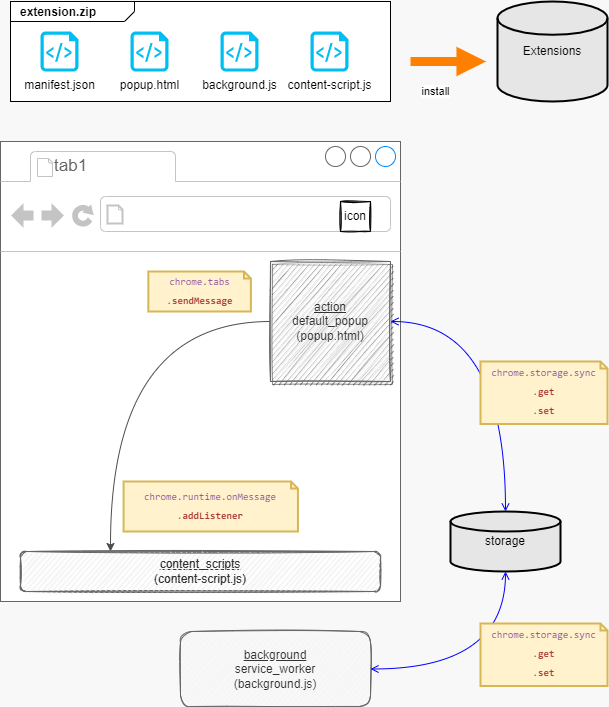
Earlier version of the draw.io export images/Extension-概要.drawio.png (kaku3/chrome-extensions). Source tidied: cells renumbered, new cells last; positions are measured from the earlier drawing's top-left corner, leaving out a move shared by most shapes.
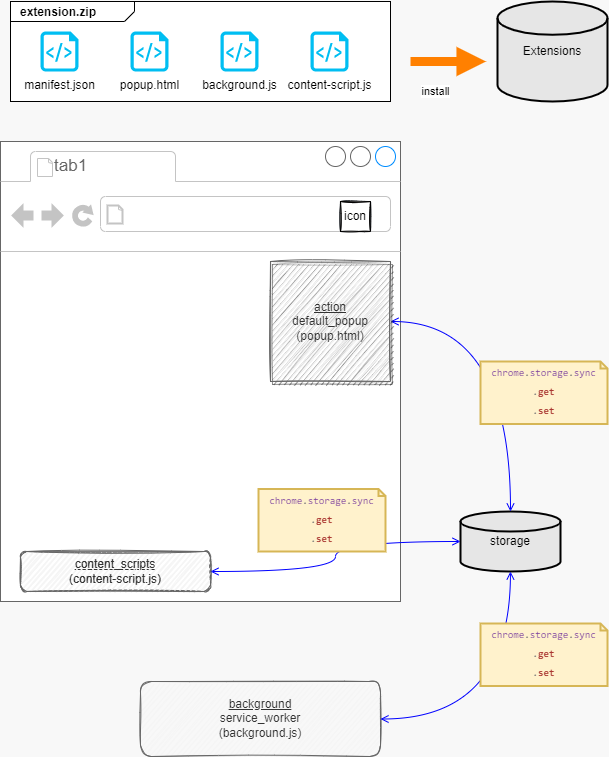
Later version of the same file.

What changed in the source:
```diff
@@ -2,35 +2,20 @@
   <root>
     <mxCell id="0" />
     <mxCell id="1" parent="0" />
-    <mxCell id="2" style="group;fillColor=#E6E6E6;" parent="1" vertex="1">
-      <mxGeometry y="140" width="400" height="460" as="geometry" />
-    </mxCell>
-    <mxCell id="3" style="strokeWidth=1;shadow=0;dashed=0;align=center;html=1;shape=mxgraph.mockup.containers.browserWindow;rSize=0;strokeColor=#666666;strokeColor2=#008cff;strokeColor3=#c4c4c4;mainText=,;" parent="2" vertex="1">
-      <mxGeometry width="400" height="460" as="geometry" />
+    <mxCell id="3" style="strokeWidth=1;shadow=0;dashed=0;align=center;html=1;shape=mxgraph.mockup.containers.browserWindow;rSize=0;strokeColor=#666666;strokeColor2=#008cff;strokeColor3=#c4c4c4;mainText=,;" parent="1" vertex="1">
+      <mxGeometry y="140" width="400" height="460" as="geometry" />
     </mxCell>
-    <mxCell id="4" value="tab1" style="strokeWidth=1;shadow=0;dashed=0;align=center;html=1;shape=mxgraph.mockup.containers.anchor;fontSize=17;fontColor=#666666;align=left;" parent="2" vertex="1">
-      <mxGeometry x="52.2" y="12" width="95.7" height="26" as="geometry" />
-    </mxCell>
-    <mxCell id="5" value="&lt;div style=&quot;color: rgb(51 , 51 , 51) ; font-family: &amp;#34;consolas&amp;#34; , &amp;#34;courier new&amp;#34; , monospace ; line-height: 19px ; font-size: 10px&quot;&gt;&lt;span style=&quot;color: rgb(122 , 62 , 157) ; font-size: 10px&quot;&gt;chrome&lt;/span&gt;&lt;span style=&quot;color: rgb(119 , 119 , 119) ; font-size: 10px&quot;&gt;.&lt;/span&gt;&lt;span style=&quot;color: rgb(122 , 62 , 157) ; font-size: 10px&quot;&gt;runtime&lt;/span&gt;&lt;span style=&quot;color: rgb(119 , 119 , 119) ; font-size: 10px&quot;&gt;.&lt;/span&gt;&lt;span style=&quot;color: rgb(122 , 62 , 157) ; font-size: 10px&quot;&gt;onMessage&lt;/span&gt;&lt;/div&gt;&lt;div style=&quot;color: rgb(51 , 51 , 51) ; font-family: &amp;#34;consolas&amp;#34; , &amp;#34;courier new&amp;#34; , monospace ; line-height: 19px ; font-size: 10px&quot;&gt;&lt;span style=&quot;color: rgb(119 , 119 , 119) ; font-size: 10px&quot;&gt;.&lt;/span&gt;&lt;span style=&quot;color: rgb(170 , 55 , 49) ; font-weight: bold ; font-size: 10px&quot;&gt;addListener&lt;/span&gt;&lt;/div&gt;" style="shape=note;strokeWidth=2;fontSize=10;size=7;whiteSpace=wrap;html=1;fillColor=#fff2cc;strokeColor=#d6b656;rounded=1;shadow=0;glass=0;sketch=0;fillStyle=hachure;" parent="2" vertex="1">
-      <mxGeometry x="123.1" y="340" width="174.4" height="50" as="geometry" />
-    </mxCell>
-    <mxCell id="6" value="&lt;div style=&quot;color: rgb(51 , 51 , 51) ; font-family: &amp;#34;consolas&amp;#34; , &amp;#34;courier new&amp;#34; , monospace ; line-height: 19px&quot;&gt;&lt;div style=&quot;font-family: &amp;#34;consolas&amp;#34; , &amp;#34;courier new&amp;#34; , monospace ; line-height: 19px&quot;&gt;&lt;span style=&quot;color: rgb(122 , 62 , 157)&quot;&gt;chrome&lt;/span&gt;&lt;span style=&quot;color: rgb(119 , 119 , 119)&quot;&gt;.&lt;/span&gt;&lt;span style=&quot;color: rgb(122 , 62 , 157)&quot;&gt;tabs&lt;/span&gt;&lt;/div&gt;&lt;div style=&quot;font-family: &amp;#34;consolas&amp;#34; , &amp;#34;courier new&amp;#34; , monospace ; line-height: 19px&quot;&gt;&lt;span style=&quot;color: rgb(119 , 119 , 119)&quot;&gt;.&lt;/span&gt;&lt;span style=&quot;color: rgb(170 , 55 , 49) ; font-weight: bold&quot;&gt;sendMessage&lt;/span&gt;&lt;/div&gt;&lt;/div&gt;" style="shape=note;strokeWidth=2;fontSize=10;size=7;whiteSpace=wrap;html=1;fillColor=#fff2cc;strokeColor=#d6b656;rounded=1;shadow=0;glass=0;sketch=0;fillStyle=hachure;" parent="2" vertex="1">
-      <mxGeometry x="147.8" y="130" width="102.6" height="40" as="geometry" />
-    </mxCell>
-    <mxCell id="7" style="edgeStyle=orthogonalEdgeStyle;html=1;entryX=0.25;entryY=0;entryDx=0;entryDy=0;curved=1;exitX=0;exitY=0.5;exitDx=0;exitDy=0;strokeColor=#4D4D4D;" parent="1" edge="1" source="15" target="11">
-      <mxGeometry relative="1" as="geometry" />
-    </mxCell>
     <mxCell id="8" value="&lt;u&gt;background&lt;/u&gt;&lt;br&gt;service_worker&lt;br&gt;(background.js)" style="whiteSpace=wrap;html=1;shadow=0;glass=0;sketch=1;rounded=1;fillColor=#f5f5f5;strokeColor=#666666;fillStyle=hachure;fontColor=#333333;" parent="1" vertex="1">
-      <mxGeometry x="180" y="630" width="190" height="75" as="geometry" />
+      <mxGeometry x="140" y="680" width="240" height="75" as="geometry" />
     </mxCell>
     <mxCell id="9" value="storage" style="strokeWidth=2;html=1;shape=mxgraph.flowchart.database;whiteSpace=wrap;rounded=1;shadow=0;glass=0;sketch=0;fillColor=#E6E6E6;" parent="1" vertex="1">
-      <mxGeometry x="450" y="510" width="110" height="60" as="geometry" />
+      <mxGeometry x="460" y="510" width="100" height="60" as="geometry" />
     </mxCell>
     <mxCell id="10" value="icon" style="whiteSpace=wrap;html=1;sketch=1;fillColor=#eeeeee;strokeColor=#36393d;fillStyle=hachure;" parent="1" vertex="1">
       <mxGeometry x="340" y="200" width="30" height="30" as="geometry" />
     </mxCell>
     <mxCell id="11" value="&lt;u&gt;content_scripts&lt;/u&gt;&lt;br&gt;(content-script.js)" style="whiteSpace=wrap;html=1;shadow=0;glass=0;sketch=1;rounded=1;fillColor=#f5f5f5;strokeColor=#666666;fillStyle=hachure;fontColor=#333333;" parent="1" vertex="1">
-      <mxGeometry x="20" y="550" width="360" height="40" as="geometry" />
+      <mxGeometry x="20" y="550" width="190" height="40" as="geometry" />
     </mxCell>
     <mxCell id="12" style="strokeWidth=1;shadow=0;dashed=0;align=center;html=1;shape=mxgraph.mockup.containers.anchor;rSize=0;fontSize=17;fontColor=#666666;align=left;" parent="1" vertex="1">
       <mxGeometry x="70" y="200" width="250" height="26" as="geometry" />
@@ -45,7 +30,7 @@
       <mxGeometry x="270" y="260" width="120" height="120" as="geometry" />
     </mxCell>
     <mxCell id="16" value="content_scripts&lt;br&gt;(content-script.js)" style="whiteSpace=wrap;html=1;shadow=0;glass=0;sketch=1;rounded=1;fillStyle=hachure;fillColor=#f5f5f5;fontColor=#333333;strokeColor=#666666;" parent="1" vertex="1">
-      <mxGeometry x="20" y="550" width="360" height="40" as="geometry" />
+      <mxGeometry x="20" y="550" width="190" height="40" as="geometry" />
     </mxCell>
     <mxCell id="17" style="edgeStyle=orthogonalEdgeStyle;curved=1;html=1;exitX=1;exitY=0.5;exitDx=0;exitDy=0;fontSize=10;startArrow=open;startFill=0;endArrow=open;endFill=0;strokeColor=#0000FF;" parent="1" edge="1" source="8" target="9">
       <mxGeometry relative="1" as="geometry" />
@@ -80,5 +65,14 @@
     <mxCell id="26" value="Extensions" style="strokeWidth=2;html=1;shape=mxgraph.flowchart.database;whiteSpace=wrap;rounded=1;shadow=0;glass=0;sketch=0;fillColor=#E6E6E6;" parent="1" vertex="1">
       <mxGeometry x="497" width="110" height="100" as="geometry" />
     </mxCell>
+    <mxCell id="4" value="tab1" style="strokeWidth=1;shadow=0;dashed=0;align=center;html=1;shape=mxgraph.mockup.containers.anchor;fontSize=17;fontColor=#666666;align=left;" parent="1" vertex="1">
+      <mxGeometry x="52.2" y="152" width="95.7" height="26" as="geometry" />
+    </mxCell>
+    <mxCell id="27" style="edgeStyle=orthogonalEdgeStyle;curved=1;html=1;exitX=1;exitY=0.5;exitDx=0;exitDy=0;fontSize=10;startArrow=open;startFill=0;endArrow=open;endFill=0;strokeColor=#0000FF;entryX=0;entryY=0.5;entryDx=0;entryDy=0;entryPerimeter=0;" parent="1" edge="1" source="16" target="9">
+      <mxGeometry relative="1" as="geometry" />
+    </mxCell>
+    <mxCell id="28" value="&lt;div style=&quot;color: rgb(51 , 51 , 51) ; font-family: &amp;#34;consolas&amp;#34; , &amp;#34;courier new&amp;#34; , monospace ; line-height: 19px&quot;&gt;&lt;div style=&quot;font-family: &amp;#34;consolas&amp;#34; , &amp;#34;courier new&amp;#34; , monospace ; line-height: 19px&quot;&gt;&lt;div style=&quot;font-family: &amp;#34;consolas&amp;#34; , &amp;#34;courier new&amp;#34; , monospace ; line-height: 19px&quot;&gt;&lt;span style=&quot;color: rgb(122 , 62 , 157)&quot;&gt;chrome&lt;/span&gt;&lt;span style=&quot;color: rgb(119 , 119 , 119)&quot;&gt;.&lt;/span&gt;&lt;span style=&quot;color: rgb(122 , 62 , 157)&quot;&gt;storage&lt;/span&gt;&lt;span style=&quot;color: rgb(119 , 119 , 119)&quot;&gt;.&lt;/span&gt;&lt;span style=&quot;color: rgb(122 , 62 , 157)&quot;&gt;sync&lt;/span&gt;&lt;/div&gt;&lt;div style=&quot;font-family: &amp;#34;consolas&amp;#34; , &amp;#34;courier new&amp;#34; , monospace ; line-height: 19px&quot;&gt;&lt;span style=&quot;color: rgb(119 , 119 , 119)&quot;&gt;.&lt;/span&gt;&lt;span style=&quot;color: rgb(170 , 55 , 49) ; font-weight: bold&quot;&gt;get&lt;/span&gt;&lt;/div&gt;&lt;div style=&quot;font-family: &amp;#34;consolas&amp;#34; , &amp;#34;courier new&amp;#34; , monospace ; line-height: 19px&quot;&gt;&lt;span style=&quot;color: rgb(119 , 119 , 119)&quot;&gt;.&lt;/span&gt;&lt;span style=&quot;color: rgb(170 , 55 , 49) ; font-weight: bold&quot;&gt;set&lt;/span&gt;&lt;br&gt;&lt;/div&gt;&lt;/div&gt;&lt;/div&gt;" style="shape=note;strokeWidth=2;fontSize=10;size=7;whiteSpace=wrap;html=1;fillColor=#fff2cc;strokeColor=#d6b656;rounded=1;shadow=0;glass=0;sketch=0;fillStyle=hachure;" parent="1" vertex="1">
+      <mxGeometry x="258" y="487.5" width="127" height="62.5" as="geometry" />
+    </mxCell>
   </root>
 </mxGraphModel>
```
